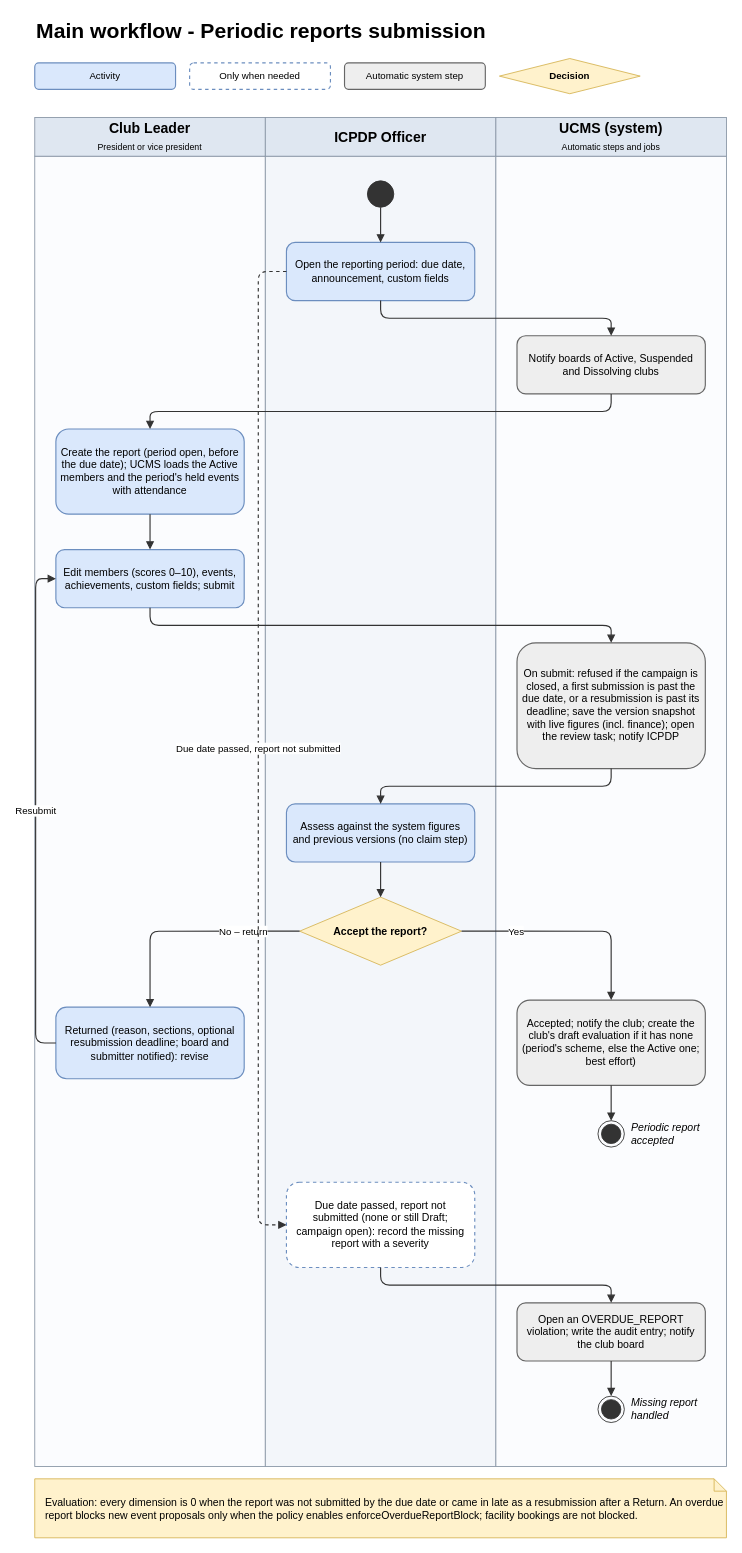
Before: page "03 Periodic reports submission" (3 of 10) of docs/03-diagrams/UCMS_Main_Workflow.drawio in nvdekay/ClubManagementSystem, a draw.io diagram. Source tidied: cells renumbered, new cells numbered last; positions are measured from the earlier drawing's top-left corner, leaving out a move shared by most shapes. Both pictures are drawn from the tidied source at 88%, with x=0, y=0 at pixel (34, 15).
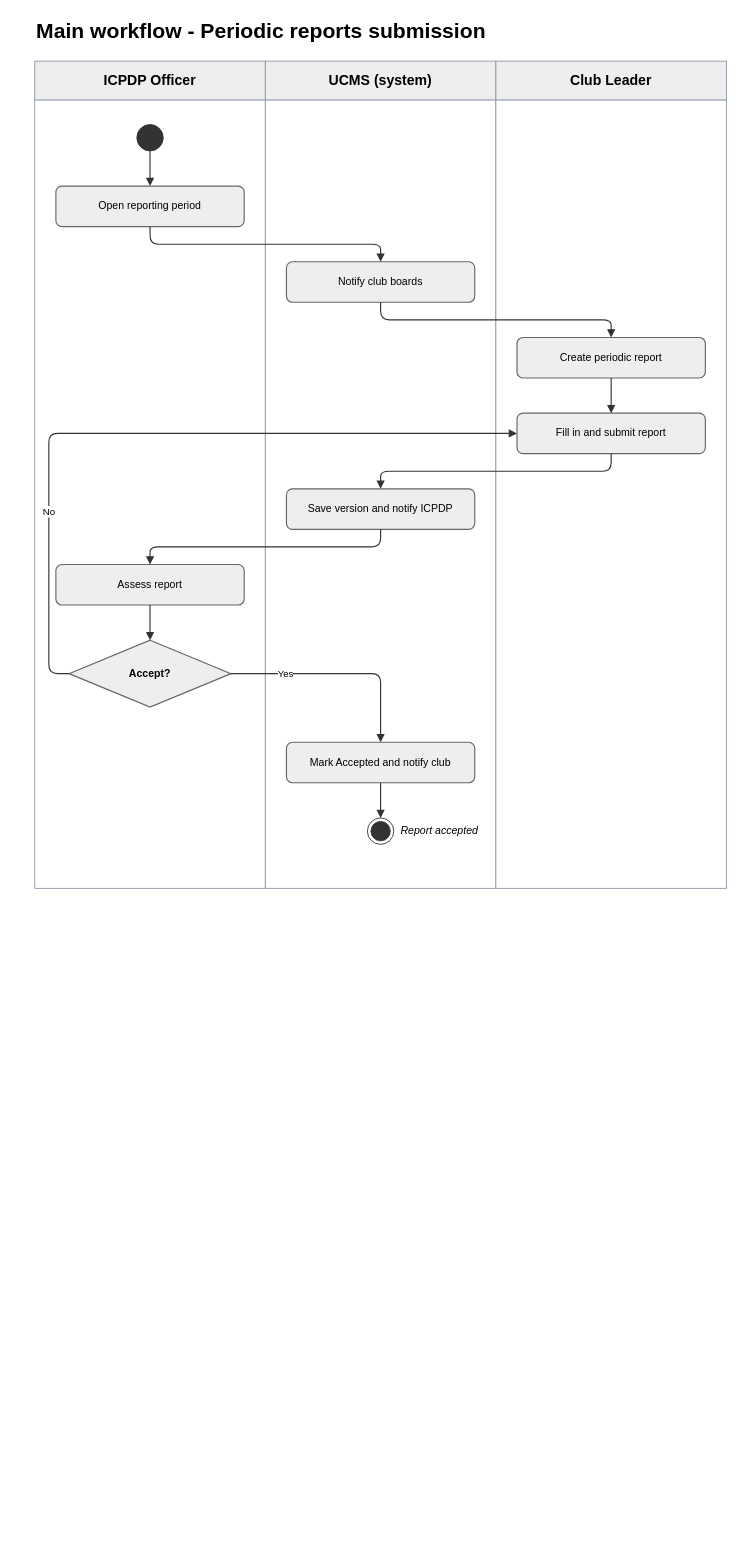
After the change.

The edit, as a diff of the source:
```diff
@@
-    <mxCell id="3" value="Activity" style="rounded=1;whiteSpace=wrap;html=1;fillColor=#dae8fc;strokeColor=#6c8ebf;strokeWidth=1.3;spacing=6;fontSize=11;" parent="1" vertex="1">
-      <mxGeometry y="54" width="160" height="30" as="geometry" />
-    </mxCell>
-    <mxCell id="4" value="Only when needed" style="rounded=1;whiteSpace=wrap;html=1;fillColor=#ffffff;strokeColor=#6c8ebf;dashed=1;strokeWidth=1.3;spacing=6;fontSize=11;" parent="1" vertex="1">
-      <mxGeometry x="176" y="54" width="160" height="30" as="geometry" />
-    </mxCell>
-    <mxCell id="5" value="Automatic system step" style="rounded=1;whiteSpace=wrap;html=1;fillColor=#eeeeee;strokeColor=#666666;strokeWidth=1.3;spacing=6;fontSize=11;" parent="1" vertex="1">
-      <mxGeometry x="352" y="54" width="160" height="30" as="geometry" />
-    </mxCell>
-    <mxCell id="6" value="Decision" style="rhombus;whiteSpace=wrap;html=1;fillColor=#fff2cc;strokeColor=#d6b656;fontStyle=1;spacingLeft=18;spacingRight=18;fontSize=11;" parent="1" vertex="1">
-      <mxGeometry x="528" y="49" width="160" height="40" as="geometry" />
-    </mxCell>
-    <mxCell id="7" style="rounded=0;html=1;fillColor=#fbfcfe;strokeColor=#8a97a6;" parent="1" vertex="1">
-      <mxGeometry y="160" width="262" height="1489" as="geometry" />
-    </mxCell>
-    <mxCell id="8" value="&lt;b&gt;Club Leader&lt;/b&gt;&lt;br&gt;&lt;span style=&quot;font-size:10px;font-weight:normal;&quot;&gt;President or vice president&lt;/span&gt;" style="rounded=0;whiteSpace=wrap;html=1;fillColor=#dfe7f1;strokeColor=#8a97a6;fontSize=16;" parent="1" vertex="1">
-      <mxGeometry y="116" width="262" height="44" as="geometry" />
-    </mxCell>
-    <mxCell id="9" style="rounded=0;html=1;fillColor=#f3f6fa;strokeColor=#8a97a6;" parent="1" vertex="1">
-      <mxGeometry x="262" y="160" width="262" height="1489" as="geometry" />
+    <mxCell id="9" style="rounded=0;html=1;fillColor=#ffffff;strokeColor=#8a97a6;" parent="1" vertex="1">
+      <mxGeometry y="96" width="262" height="896" as="geometry" />
     </mxCell>
-    <mxCell id="10" value="&lt;b&gt;ICPDP Officer&lt;/b&gt;" style="rounded=0;whiteSpace=wrap;html=1;fillColor=#dfe7f1;strokeColor=#8a97a6;fontSize=16;" parent="1" vertex="1">
-      <mxGeometry x="262" y="116" width="262" height="44" as="geometry" />
+    <mxCell id="10" value="&lt;b&gt;ICPDP Officer&lt;/b&gt;" style="rounded=0;whiteSpace=wrap;html=1;fillColor=#eeeeee;strokeColor=#8a97a6;fontSize=16;" parent="1" vertex="1">
+      <mxGeometry y="52" width="262" height="44" as="geometry" />
     </mxCell>
-    <mxCell id="11" style="rounded=0;html=1;fillColor=#fbfcfe;strokeColor=#8a97a6;" parent="1" vertex="1">
-      <mxGeometry x="524" y="160" width="262" height="1489" as="geometry" />
+    <mxCell id="11" style="rounded=0;html=1;fillColor=#ffffff;strokeColor=#8a97a6;" parent="1" vertex="1">
+      <mxGeometry x="262" y="96" width="262" height="896" as="geometry" />
     </mxCell>
-    <mxCell id="12" value="&lt;b&gt;UCMS (system)&lt;/b&gt;&lt;br&gt;&lt;span style=&quot;font-size:10px;font-weight:normal;&quot;&gt;Automatic steps and jobs&lt;/span&gt;" style="rounded=0;whiteSpace=wrap;html=1;fillColor=#dfe7f1;strokeColor=#8a97a6;fontSize=16;" parent="1" vertex="1">
-      <mxGeometry x="524" y="116" width="262" height="44" as="geometry" />
+    <mxCell id="12" value="&lt;b&gt;UCMS (system)&lt;/b&gt;" style="rounded=0;whiteSpace=wrap;html=1;fillColor=#eeeeee;strokeColor=#8a97a6;fontSize=16;" parent="1" vertex="1">
+      <mxGeometry x="262" y="52" width="262" height="44" as="geometry" />
     </mxCell>
+    <mxCell id="7" style="rounded=0;html=1;fillColor=#ffffff;strokeColor=#8a97a6;" parent="1" vertex="1">
+      <mxGeometry x="524" y="96" width="262" height="896" as="geometry" />
+    </mxCell>
+    <mxCell id="8" value="&lt;b&gt;Club Leader&lt;/b&gt;" style="rounded=0;whiteSpace=wrap;html=1;fillColor=#eeeeee;strokeColor=#8a97a6;fontSize=16;" parent="1" vertex="1">
+      <mxGeometry x="524" y="52" width="262" height="44" as="geometry" />
+    </mxCell>
     <mxCell id="13" style="ellipse;html=1;fillColor=#333333;strokeColor=#333333;" parent="1" vertex="1">
-      <mxGeometry x="378" y="188" width="30" height="30" as="geometry" />
+      <mxGeometry x="116" y="124" width="30" height="30" as="geometry" />
     </mxCell>
-    <mxCell id="14" value="Open the reporting period: due date, announcement, custom fields" style="rounded=1;whiteSpace=wrap;html=1;fillColor=#dae8fc;strokeColor=#6c8ebf;strokeWidth=1.3;spacing=6;fontSize=12;" parent="1" vertex="1">
-      <mxGeometry x="286" y="258" width="214" height="66.1" as="geometry" />
+    <mxCell id="14" value="Open reporting period" style="rounded=1;whiteSpace=wrap;html=1;fillColor=#eeeeee;strokeColor=#666666;strokeWidth=1.3;spacing=6;fontSize=12;" parent="1" vertex="1">
+      <mxGeometry x="24" y="194" width="214" height="46" as="geometry" />
     </mxCell>
-    <mxCell id="15" value="Notify boards of Active, Suspended and Dissolving clubs" style="rounded=1;whiteSpace=wrap;html=1;fillColor=#eeeeee;strokeColor=#666666;strokeWidth=1.3;spacing=6;fontSize=12;" parent="1" vertex="1">
-      <mxGeometry x="548" y="364" width="214" height="66.1" as="geometry" />
+    <mxCell id="15" value="Notify club boards" style="rounded=1;whiteSpace=wrap;html=1;fillColor=#eeeeee;strokeColor=#666666;strokeWidth=1.3;spacing=6;fontSize=12;" parent="1" vertex="1">
+      <mxGeometry x="286" y="280" width="214" height="46" as="geometry" />
     </mxCell>
-    <mxCell id="16" value="Create the report (period open, before the due date); UCMS loads the Active members and the period's held events with attendance" style="rounded=1;whiteSpace=wrap;html=1;fillColor=#dae8fc;strokeColor=#6c8ebf;strokeWidth=1.3;spacing=6;fontSize=12;" parent="1" vertex="1">
-      <mxGeometry x="24" y="470" width="214" height="96.8" as="geometry" />
+    <mxCell id="16" value="Create periodic report" style="rounded=1;whiteSpace=wrap;html=1;fillColor=#eeeeee;strokeColor=#666666;strokeWidth=1.3;spacing=6;fontSize=12;" parent="1" vertex="1">
+      <mxGeometry x="548" y="366" width="214" height="46" as="geometry" />
     </mxCell>
-    <mxCell id="17" value="Edit members (scores 0–10), events, achievements, custom fields; submit" style="rounded=1;whiteSpace=wrap;html=1;fillColor=#dae8fc;strokeColor=#6c8ebf;strokeWidth=1.3;spacing=6;fontSize=12;" parent="1" vertex="1">
-      <mxGeometry x="24" y="607" width="214" height="66.1" as="geometry" />
+    <mxCell id="17" value="Fill in and submit report" style="rounded=1;whiteSpace=wrap;html=1;fillColor=#eeeeee;strokeColor=#666666;strokeWidth=1.3;spacing=6;fontSize=12;" parent="1" vertex="1">
+      <mxGeometry x="548" y="452" width="214" height="46" as="geometry" />
     </mxCell>
-    <mxCell id="18" value="On submit: refused if the campaign is closed, a first submission is past the due date, or a resubmission is past its deadline; save the version snapshot with live figures (incl. finance); open the review task; notify ICPDP" style="rounded=1;whiteSpace=wrap;html=1;fillColor=#eeeeee;strokeColor=#666666;strokeWidth=1.3;spacing=6;fontSize=12;" parent="1" vertex="1">
-      <mxGeometry x="548" y="713" width="214" height="142.9" as="geometry" />
+    <mxCell id="18" value="Save version and notify ICPDP" style="rounded=1;whiteSpace=wrap;html=1;fillColor=#eeeeee;strokeColor=#666666;strokeWidth=1.3;spacing=6;fontSize=12;" parent="1" vertex="1">
+      <mxGeometry x="286" y="538" width="214" height="46" as="geometry" />
     </mxCell>
-    <mxCell id="19" value="Assess against the system figures and previous versions (no claim step)" style="rounded=1;whiteSpace=wrap;html=1;fillColor=#dae8fc;strokeColor=#6c8ebf;strokeWidth=1.3;spacing=6;fontSize=12;" parent="1" vertex="1">
-      <mxGeometry x="286" y="896" width="214" height="66.1" as="geometry" />
+    <mxCell id="19" value="Assess report" style="rounded=1;whiteSpace=wrap;html=1;fillColor=#eeeeee;strokeColor=#666666;strokeWidth=1.3;spacing=6;fontSize=12;" parent="1" vertex="1">
+      <mxGeometry x="24" y="624" width="214" height="46" as="geometry" />
     </mxCell>
-    <mxCell id="20" value="Accept the report?" style="rhombus;whiteSpace=wrap;html=1;fillColor=#fff2cc;strokeColor=#d6b656;fontStyle=1;spacingLeft=18;spacingRight=18;fontSize=12;" parent="1" vertex="1">
-      <mxGeometry x="301" y="1002" width="184" height="77.3" as="geometry" />
+    <mxCell id="20" value="Accept?" style="rhombus;whiteSpace=wrap;html=1;fillColor=#eeeeee;strokeColor=#666666;strokeWidth=1.3;fontStyle=1;spacingLeft=18;spacingRight=18;fontSize=12;" parent="1" vertex="1">
+      <mxGeometry x="39" y="710" width="184" height="76" as="geometry" />
     </mxCell>
-    <mxCell id="21" value="Returned (reason, sections, optional resubmission deadline; board and submitter notified): revise" style="rounded=1;whiteSpace=wrap;html=1;fillColor=#dae8fc;strokeColor=#6c8ebf;strokeWidth=1.3;spacing=6;fontSize=12;" parent="1" vertex="1">
-      <mxGeometry x="24" y="1127" width="214" height="81.4" as="geometry" />
-    </mxCell>
-    <mxCell id="22" value="Accepted; notify the club; create the club's draft evaluation if it has none (period's scheme, else the Active one; best effort)" style="rounded=1;whiteSpace=wrap;html=1;fillColor=#eeeeee;strokeColor=#666666;strokeWidth=1.3;spacing=6;fontSize=12;" parent="1" vertex="1">
-      <mxGeometry x="548" y="1119" width="214" height="96.8" as="geometry" />
+    <mxCell id="22" value="Mark Accepted and notify club" style="rounded=1;whiteSpace=wrap;html=1;fillColor=#eeeeee;strokeColor=#666666;strokeWidth=1.3;spacing=6;fontSize=12;" parent="1" vertex="1">
+      <mxGeometry x="286" y="826" width="214" height="46" as="geometry" />
     </mxCell>
     <mxCell id="23" style="ellipse;html=1;shape=endState;fillColor=#333333;strokeColor=#333333;" parent="1" vertex="1">
-      <mxGeometry x="640" y="1256" width="30" height="30" as="geometry" />
+      <mxGeometry x="378" y="912" width="30" height="30" as="geometry" />
     </mxCell>
-    <mxCell id="24" value="Periodic report accepted" style="text;html=1;whiteSpace=wrap;align=left;verticalAlign=middle;fontSize=12;fontStyle=2;" parent="1" vertex="1">
-      <mxGeometry x="676" y="1248" width="104" height="46" as="geometry" />
+    <mxCell id="24" value="Report accepted" style="text;html=1;whiteSpace=wrap;align=left;verticalAlign=middle;fontSize=12;fontStyle=2;" parent="1" vertex="1">
+      <mxGeometry x="414" y="904" width="104" height="46" as="geometry" />
     </mxCell>
-    <mxCell id="25" value="Due date passed, report not submitted (none or still Draft; campaign open): record the missing report with a severity" style="rounded=1;whiteSpace=wrap;html=1;fillColor=#ffffff;strokeColor=#6c8ebf;dashed=1;strokeWidth=1.3;spacing=6;fontSize=12;" parent="1" vertex="1">
-      <mxGeometry x="286" y="1326" width="214" height="96.8" as="geometry" />
-    </mxCell>
-    <mxCell id="26" value="Open an OVERDUE_REPORT violation; write the audit entry; notify the club board" style="rounded=1;whiteSpace=wrap;html=1;fillColor=#eeeeee;strokeColor=#666666;strokeWidth=1.3;spacing=6;fontSize=12;" parent="1" vertex="1">
-      <mxGeometry x="548" y="1463" width="214" height="66.1" as="geometry" />
-    </mxCell>
-    <mxCell id="27" style="ellipse;html=1;shape=endState;fillColor=#333333;strokeColor=#333333;" parent="1" vertex="1">
-      <mxGeometry x="640" y="1569" width="30" height="30" as="geometry" />
-    </mxCell>
-    <mxCell id="28" value="Missing report handled" style="text;html=1;whiteSpace=wrap;align=left;verticalAlign=middle;fontSize=12;fontStyle=2;" parent="1" vertex="1">
-      <mxGeometry x="676" y="1561" width="104" height="46" as="geometry" />
-    </mxCell>
@@
-    <mxCell id="36" value="No – return" style="endArrow=block;endFill=1;html=1;rounded=1;edgeStyle=orthogonalEdgeStyle;strokeColor=#333333;strokeWidth=1.3;fontSize=11;labelBackgroundColor=#ffffff;exitX=0;exitY=0.5;entryX=0.5;entryY=0;" parent="1" edge="1" source="20" target="21">
+    <mxCell id="36" value="Yes" style="endArrow=block;endFill=1;html=1;rounded=1;edgeStyle=orthogonalEdgeStyle;strokeColor=#333333;strokeWidth=1.3;fontSize=11;labelBackgroundColor=#ffffff;exitX=1;exitY=0.5;entryX=0.5;entryY=0;" parent="1" edge="1" source="20" target="22">
       <mxGeometry x="-0.5" relative="1" as="geometry" />
     </mxCell>
-    <mxCell id="37" value="Yes" style="endArrow=block;endFill=1;html=1;rounded=1;edgeStyle=orthogonalEdgeStyle;strokeColor=#333333;strokeWidth=1.3;fontSize=11;labelBackgroundColor=#ffffff;exitX=1;exitY=0.5;entryX=0.5;entryY=0;" parent="1" edge="1" source="20" target="22">
-      <mxGeometry x="-0.5" relative="1" as="geometry" />
+    <mxCell id="37" value="No" style="endArrow=block;endFill=1;html=1;rounded=1;edgeStyle=orthogonalEdgeStyle;strokeColor=#333333;strokeWidth=1.3;fontSize=11;labelBackgroundColor=#ffffff;exitX=0;exitY=0.5;entryX=0;entryY=0.5;" parent="1" edge="1" source="20" target="17">
+      <mxGeometry x="-0.5" relative="1" as="geometry">
+        <Array as="points">
+          <mxPoint x="16" y="748" />
+          <mxPoint x="16" y="475" />
+        </Array>
+      </mxGeometry>
     </mxCell>
-    <mxCell id="38" value="Resubmit" style="endArrow=block;endFill=1;html=1;rounded=1;edgeStyle=orthogonalEdgeStyle;strokeColor=#333333;strokeWidth=1.3;fontSize=11;labelBackgroundColor=#ffffff;exitX=0;exitY=0.5;entryX=0;entryY=0.5;" parent="1" edge="1" source="21" target="17">
-      <mxGeometry relative="1" as="geometry">
-        <Array as="points">
-          <mxPoint x="1" y="1168" />
-          <mxPoint x="1" y="640" />
-        </Array>
-      </mxGeometry>
+    <mxCell id="38" style="endArrow=block;endFill=1;html=1;rounded=1;edgeStyle=orthogonalEdgeStyle;strokeColor=#333333;strokeWidth=1.3;fontSize=11;labelBackgroundColor=#ffffff;exitX=0.5;exitY=1;entryX=0.5;entryY=0;" parent="1" edge="1" source="22" target="23">
+      <mxGeometry relative="1" as="geometry" />
     </mxCell>
-    <mxCell id="39" style="endArrow=block;endFill=1;html=1;rounded=1;edgeStyle=orthogonalEdgeStyle;strokeColor=#333333;strokeWidth=1.3;fontSize=11;labelBackgroundColor=#ffffff;exitX=0.5;exitY=1;entryX=0.5;entryY=0;" parent="1" edge="1" source="22" target="23">
-      <mxGeometry relative="1" as="geometry" />
-    </mxCell>
-    <mxCell id="40" value="Due date passed, report not submitted" style="endArrow=block;endFill=1;html=1;rounded=1;edgeStyle=orthogonalEdgeStyle;strokeColor=#333333;strokeWidth=1.3;fontSize=11;labelBackgroundColor=#ffffff;dashed=1;exitX=0;exitY=0.5;entryX=0;entryY=0.5;" parent="1" edge="1" source="14" target="25">
-      <mxGeometry relative="1" as="geometry">
-        <Array as="points">
-          <mxPoint x="254" y="291" />
-          <mxPoint x="254" y="1374" />
-        </Array>
-      </mxGeometry>
-    </mxCell>
-    <mxCell id="41" style="endArrow=block;endFill=1;html=1;rounded=1;edgeStyle=orthogonalEdgeStyle;strokeColor=#333333;strokeWidth=1.3;fontSize=11;labelBackgroundColor=#ffffff;exitX=0.5;exitY=1;entryX=0.5;entryY=0;" parent="1" edge="1" source="25" target="26">
-      <mxGeometry relative="1" as="geometry" />
-    </mxCell>
-    <mxCell id="42" style="endArrow=block;endFill=1;html=1;rounded=1;edgeStyle=orthogonalEdgeStyle;strokeColor=#333333;strokeWidth=1.3;fontSize=11;labelBackgroundColor=#ffffff;exitX=0.5;exitY=1;entryX=0.5;entryY=0;" parent="1" edge="1" source="26" target="27">
-      <mxGeometry relative="1" as="geometry" />
-    </mxCell>
-    <mxCell id="43" value="Evaluation: every dimension is 0 when the report was not submitted by the due date or came in late as a resubmission after a Return. An overdue report blocks new event proposals only when the policy enables enforceOverdueReportBlock; facility bookings are not blocked." style="shape=note;whiteSpace=wrap;html=1;size=14;align=left;spacingLeft=10;fillColor=#fff2cc;strokeColor=#d6b656;fontSize=12;" parent="1" vertex="1">
-      <mxGeometry y="1663" width="786" height="67" as="geometry" />
-    </mxCell>
```
